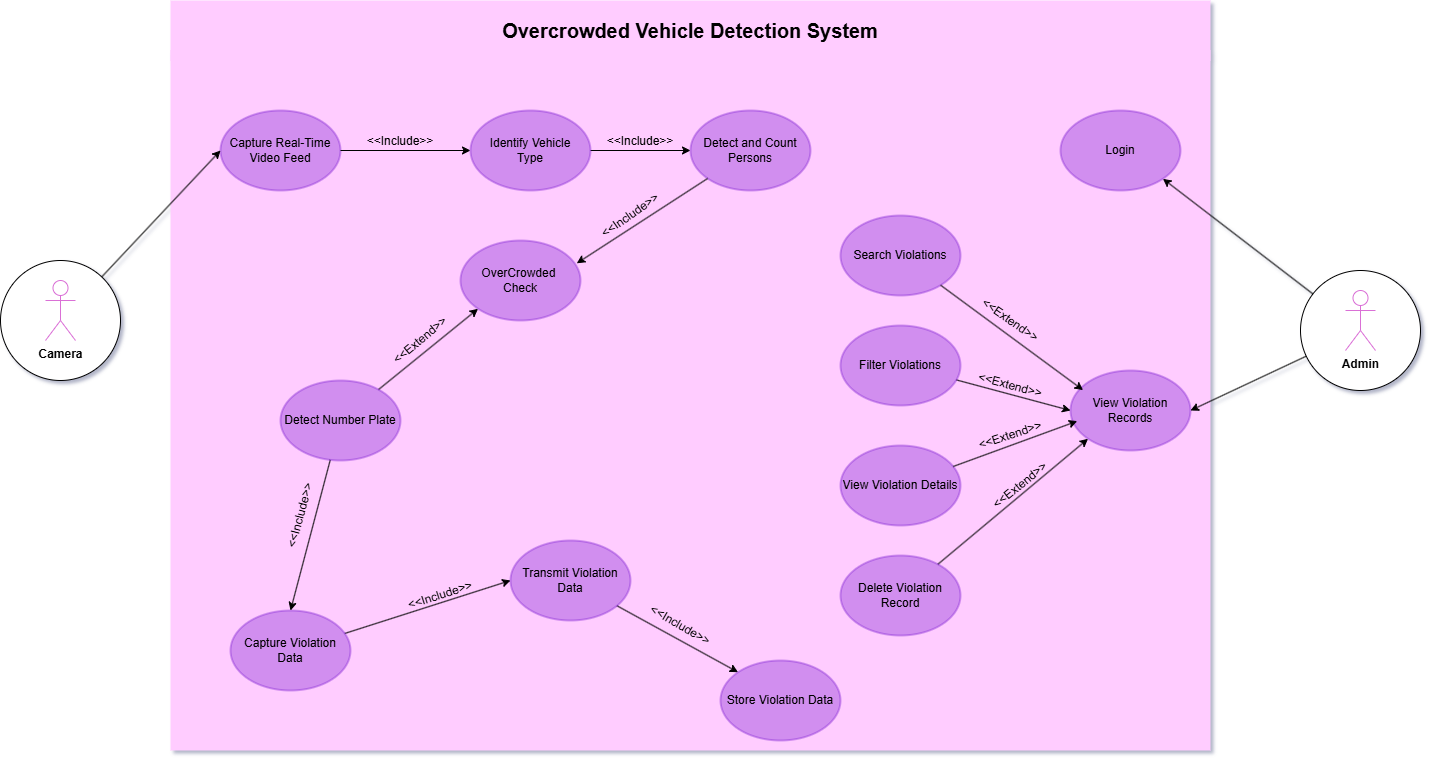
This is Use Case Diagram.png from safe-ride-AI/unsafe-passenger-detection, a draw.io export, as it was before one commit. Source tidied: cells renumbered, new cells last; positions are measured from the earlier drawing's top-left corner, leaving out a move shared by most shapes.
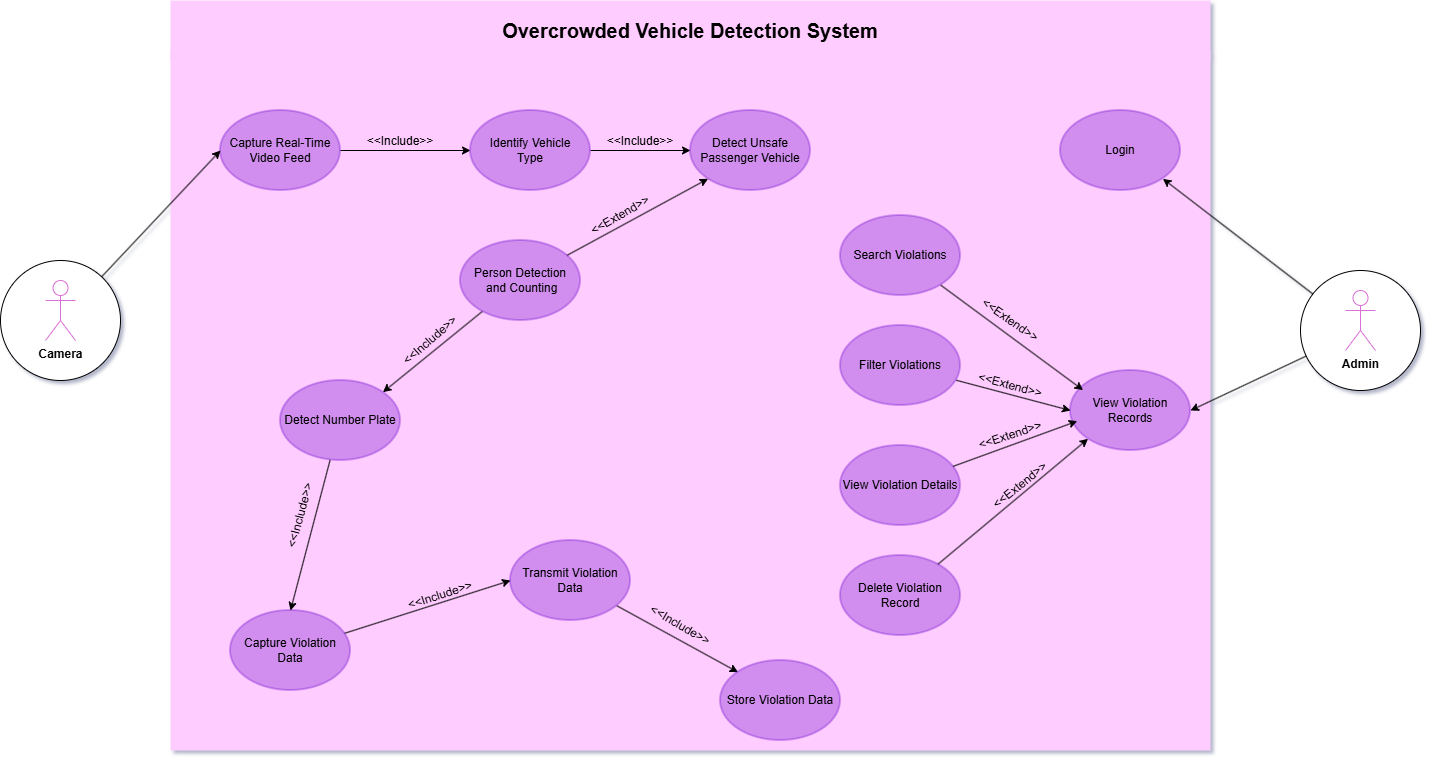
The same file after the commit.

Commit message:
Functional Requirements Updated so Use Case Diagram Also Updated and also System Sequence Diagram SSD and also Sequence Diagram

Change to the diagram source:
```diff
@@ -11,7 +11,7 @@
     <mxCell id="4" style="edgeStyle=orthogonalEdgeStyle;rounded=0;jettySize=auto;html=1;entryX=0;entryY=0.5;entryDx=0;entryDy=0;strokeColor=light-dark(#000000,#000000);exitX=1;exitY=0.5;exitDx=0;exitDy=0;" parent="1" edge="1" source="3" target="9">
       <mxGeometry relative="1" as="geometry" />
     </mxCell>
-    <mxCell id="5" value="&lt;font style=&quot;color: light-dark(rgb(0, 0, 0), rgb(0, 0, 0));&quot;&gt;Detect and Count Persons&lt;/font&gt;" style="ellipse;whiteSpace=wrap;html=1;fillColor=light-dark(#6600CC,#6600CC);fontColor=#000000;strokeColor=light-dark(#6600CC,#6600CC);fillStyle=auto;gradientColor=none;strokeWidth=2;opacity=30;" parent="1" vertex="1">
+    <mxCell id="5" value="&lt;font style=&quot;color: light-dark(rgb(0, 0, 0), rgb(0, 0, 0));&quot;&gt;Detect Unsafe Passenger Vehicle&lt;/font&gt;" style="ellipse;whiteSpace=wrap;html=1;fillColor=light-dark(#6600CC,#6600CC);fontColor=#000000;strokeColor=light-dark(#6600CC,#6600CC);fillStyle=auto;gradientColor=none;strokeWidth=2;opacity=30;" parent="1" vertex="1">
       <mxGeometry x="690" y="110" width="120" height="80" as="geometry" />
     </mxCell>
     <mxCell id="6" value="&lt;font style=&quot;color: light-dark(rgb(0, 0, 0), rgb(0, 0, 0));&quot;&gt;&amp;lt;&amp;lt;Include&amp;gt;&amp;gt;&lt;/font&gt;" style="text;html=1;whiteSpace=wrap;strokeColor=none;fillColor=none;align=center;verticalAlign=middle;rounded=0;" parent="1" vertex="1">
@@ -110,9 +110,6 @@
     <mxCell id="37" style="rounded=0;jettySize=auto;html=1;entryX=0.5;entryY=0;entryDx=0;entryDy=0;strokeColor=light-dark(#000000,#000000);" parent="1" edge="1" source="39" target="11">
       <mxGeometry relative="1" as="geometry" />
     </mxCell>
-    <mxCell id="38" style="rounded=0;jettySize=auto;html=1;entryX=0;entryY=1;entryDx=0;entryDy=0;strokeColor=light-dark(#000000,#000000);" parent="1" edge="1" source="39" target="42">
-      <mxGeometry relative="1" as="geometry" />
-    </mxCell>
     <mxCell id="39" value="&lt;font style=&quot;color: light-dark(rgb(0, 0, 0), rgb(0, 0, 0));&quot;&gt;Detect Number Plate&lt;/font&gt;" style="ellipse;whiteSpace=wrap;html=1;fillColor=light-dark(#6600CC,#6600CC);fontColor=#000000;strokeColor=light-dark(#6600CC,#6600CC);fillStyle=auto;gradientColor=none;strokeWidth=2;opacity=30;" parent="1" vertex="1">
       <mxGeometry x="280" y="380" width="120" height="80" as="geometry" />
     </mxCell>
@@ -122,20 +119,23 @@
     <mxCell id="41" value="&lt;font style=&quot;color: light-dark(rgb(0, 0, 0), rgb(0, 0, 0));&quot;&gt;&amp;lt;&amp;lt;Include&amp;gt;&amp;gt;&lt;/font&gt;" style="text;html=1;whiteSpace=wrap;strokeColor=none;fillColor=none;align=center;verticalAlign=middle;rounded=0;rotation=-75;" parent="1" vertex="1">
       <mxGeometry x="270" y="500" width="60" height="30" as="geometry" />
     </mxCell>
+    <mxCell id="47" style="rounded=0;jettySize=auto;html=1;entryX=0;entryY=1;entryDx=0;entryDy=0;fontColor=light-dark(#000000,#000000);strokeColor=light-dark(#000000,#000000);" parent="1" edge="1" source="42" target="5">
+      <mxGeometry relative="1" as="geometry" />
+    </mxCell>
+    <mxCell id="48" style="rounded=0;jettySize=auto;html=1;entryX=1;entryY=0;entryDx=0;entryDy=0;strokeColor=light-dark(#000000,#000000);" parent="1" edge="1" source="42" target="39">
+      <mxGeometry relative="1" as="geometry" />
+    </mxCell>
-    <mxCell id="42" value="&lt;font style=&quot;color: light-dark(rgb(0, 0, 0), rgb(0, 0, 0));&quot;&gt;OverCrowded&amp;nbsp;&lt;/font&gt;&lt;div&gt;&lt;font style=&quot;color: light-dark(rgb(0, 0, 0), rgb(0, 0, 0));&quot;&gt;Check&lt;/font&gt;&lt;/div&gt;" style="ellipse;whiteSpace=wrap;html=1;fillColor=light-dark(#6600CC,#6600CC);fontColor=#000000;strokeColor=light-dark(#6600CC,#6600CC);fillStyle=auto;gradientColor=none;strokeWidth=2;opacity=30;" parent="1" vertex="1">
+    <mxCell id="42" value="&lt;font&gt;Person Detection&lt;/font&gt;&lt;div&gt;&lt;font&gt;&amp;nbsp;and Counting&lt;/font&gt;&lt;/div&gt;" style="ellipse;whiteSpace=wrap;html=1;fillColor=light-dark(#6600CC,#6600CC);fontColor=light-dark(#000000,#000000);strokeColor=light-dark(#6600CC,#6600CC);fillStyle=auto;gradientColor=none;strokeWidth=2;opacity=30;" parent="1" vertex="1">
       <mxGeometry x="460" y="240" width="120" height="80" as="geometry" />
     </mxCell>
-    <mxCell id="43" style="rounded=0;jettySize=auto;html=1;entryX=0.969;entryY=0.285;entryDx=0;entryDy=0;entryPerimeter=0;strokeColor=light-dark(#000000,#000000);" parent="1" edge="1" source="5" target="42">
-      <mxGeometry relative="1" as="geometry" />
-    </mxCell>
-    <mxCell id="44" value="&lt;font style=&quot;color: light-dark(rgb(0, 0, 0), rgb(0, 0, 0));&quot;&gt;&amp;lt;&amp;lt;Include&amp;gt;&amp;gt;&lt;/font&gt;" style="text;html=1;whiteSpace=wrap;strokeColor=none;fillColor=none;align=center;verticalAlign=middle;rounded=0;rotation=-35;" parent="1" vertex="1">
-      <mxGeometry x="600" y="200" width="60" height="30" as="geometry" />
-    </mxCell>
-    <mxCell id="45" value="&lt;font style=&quot;color: light-dark(rgb(0, 0, 0), rgb(0, 0, 0));&quot;&gt;&amp;lt;&amp;lt;Extend&amp;gt;&amp;gt;&lt;/font&gt;" style="text;html=1;whiteSpace=wrap;strokeColor=none;fillColor=none;align=center;verticalAlign=middle;rounded=0;rotation=-40;" parent="1" vertex="1">
-      <mxGeometry x="390" y="325" width="60" height="30" as="geometry" />
+    <mxCell id="45" value="&lt;font style=&quot;color: light-dark(rgb(0, 0, 0), rgb(0, 0, 0));&quot;&gt;&amp;lt;&amp;lt;Extend&amp;gt;&amp;gt;&lt;/font&gt;" style="text;html=1;whiteSpace=wrap;strokeColor=none;fillColor=none;align=center;verticalAlign=middle;rounded=0;rotation=-30;" parent="1" vertex="1">
+      <mxGeometry x="590" y="200" width="60" height="30" as="geometry" />
     </mxCell>
     <mxCell id="46" value="&lt;font style=&quot;color: light-dark(rgb(0, 0, 0), rgb(0, 0, 0));&quot;&gt;&amp;lt;&amp;lt;Include&amp;gt;&amp;gt;&lt;/font&gt;" style="text;html=1;whiteSpace=wrap;strokeColor=none;fillColor=none;align=center;verticalAlign=middle;rounded=0;rotation=30;" parent="1" vertex="1">
       <mxGeometry x="650" y="610" width="60" height="30" as="geometry" />
     </mxCell>
+    <mxCell id="44" value="&lt;font style=&quot;color: light-dark(rgb(0, 0, 0), rgb(0, 0, 0));&quot;&gt;&amp;lt;&amp;lt;Include&amp;gt;&amp;gt;&lt;/font&gt;" style="text;html=1;whiteSpace=wrap;strokeColor=none;fillColor=none;align=center;verticalAlign=middle;rounded=0;rotation=-41;" parent="1" vertex="1">
+      <mxGeometry x="400" y="325" width="60" height="30" as="geometry" />
+    </mxCell>
   </root>
 </mxGraphModel>
```
